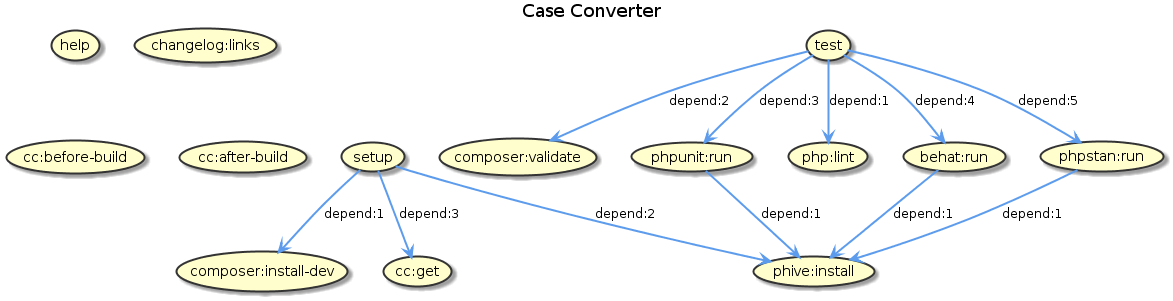
Before: build.png, a diagram exported from PlantUML (jawira/case-converter).
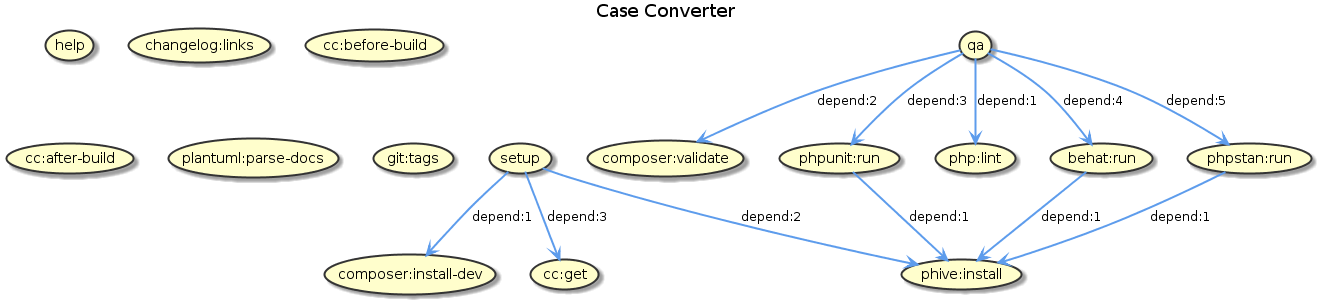
After the change.

Commit message:
Renaming target

What changed in the source:
```diff
@@ -9,7 +9,7 @@
 
 (help)
 (setup)
-(test)
+(qa)
 (composer:validate)
 (composer:install-dev)
 (phpunit:run)
@@ -21,16 +21,18 @@
 (cc:get)
 (cc:before-build)
 (cc:after-build)
+(plantuml:parse-docs)
+(git:tags)
 
 
 (setup) -[#5D9CEC]-> (composer:install-dev) : depend:1
 (setup) -[#5D9CEC]-> (phive:install) : depend:2
 (setup) -[#5D9CEC]-> (cc:get) : depend:3
-(test) -[#5D9CEC]-> (php:lint) : depend:1
-(test) -[#5D9CEC]-> (composer:validate) : depend:2
-(test) -[#5D9CEC]-> (phpunit:run) : depend:3
-(test) -[#5D9CEC]-> (behat:run) : depend:4
-(test) -[#5D9CEC]-> (phpstan:run) : depend:5
+(qa) -[#5D9CEC]-> (php:lint) : depend:1
+(qa) -[#5D9CEC]-> (composer:validate) : depend:2
+(qa) -[#5D9CEC]-> (phpunit:run) : depend:3
+(qa) -[#5D9CEC]-> (behat:run) : depend:4
+(qa) -[#5D9CEC]-> (phpstan:run) : depend:5
 (phpunit:run) -[#5D9CEC]-> (phive:install) : depend:1
 (behat:run) -[#5D9CEC]-> (phive:install) : depend:1
 (phpstan:run) -[#5D9CEC]-> (phive:install) : depend:1
```
